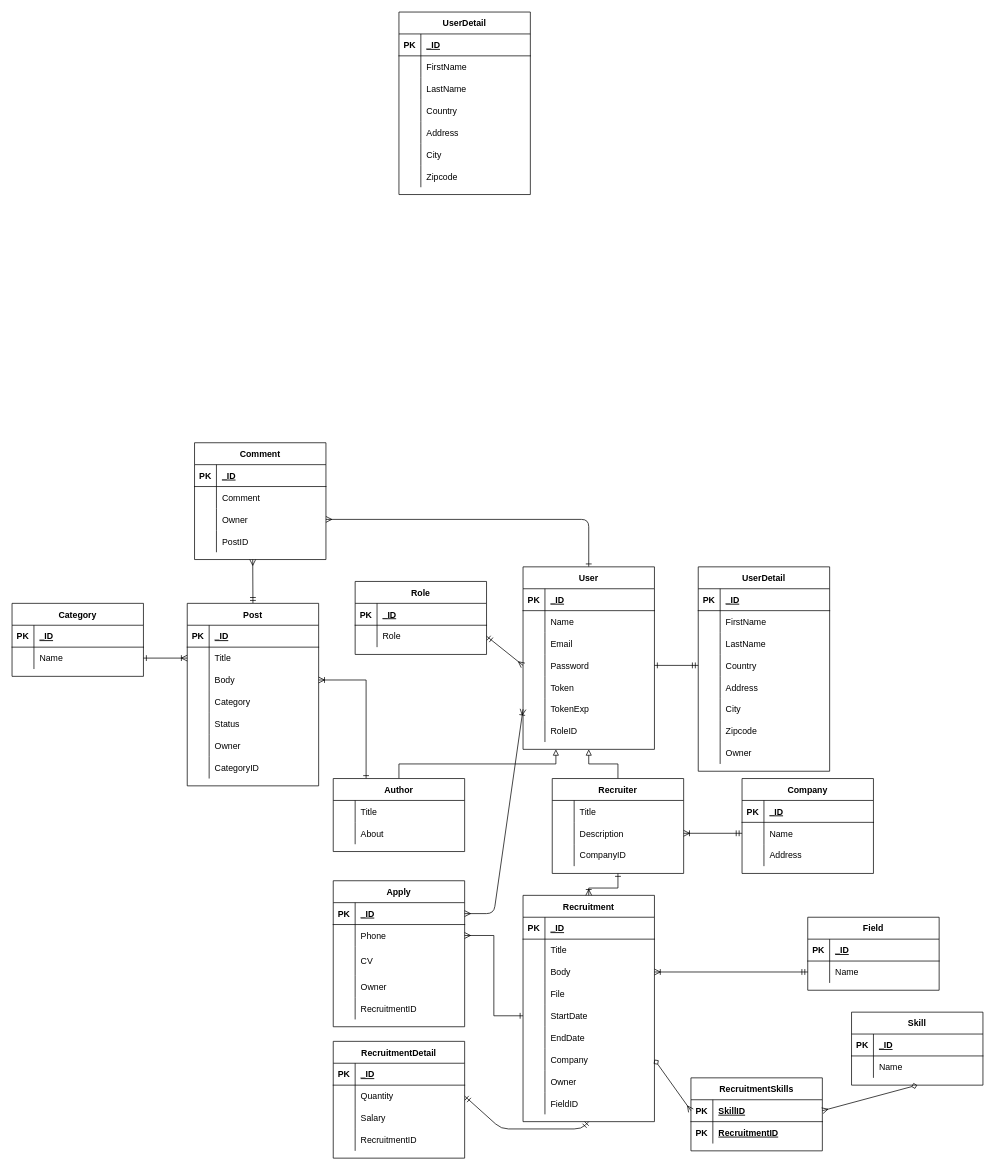
This is page "PDM" (2 of 2) of schema.drawio from GuysKapen/ForumWeb, a draw.io file, before an edit. Source tidied: cells renumbered, new cells numbered last; positions are measured from the earlier drawing's top-left corner, leaving out a move shared by most shapes. Both pictures are drawn from the tidied source at 73%, with x=0, y=0 at pixel (12, 12).
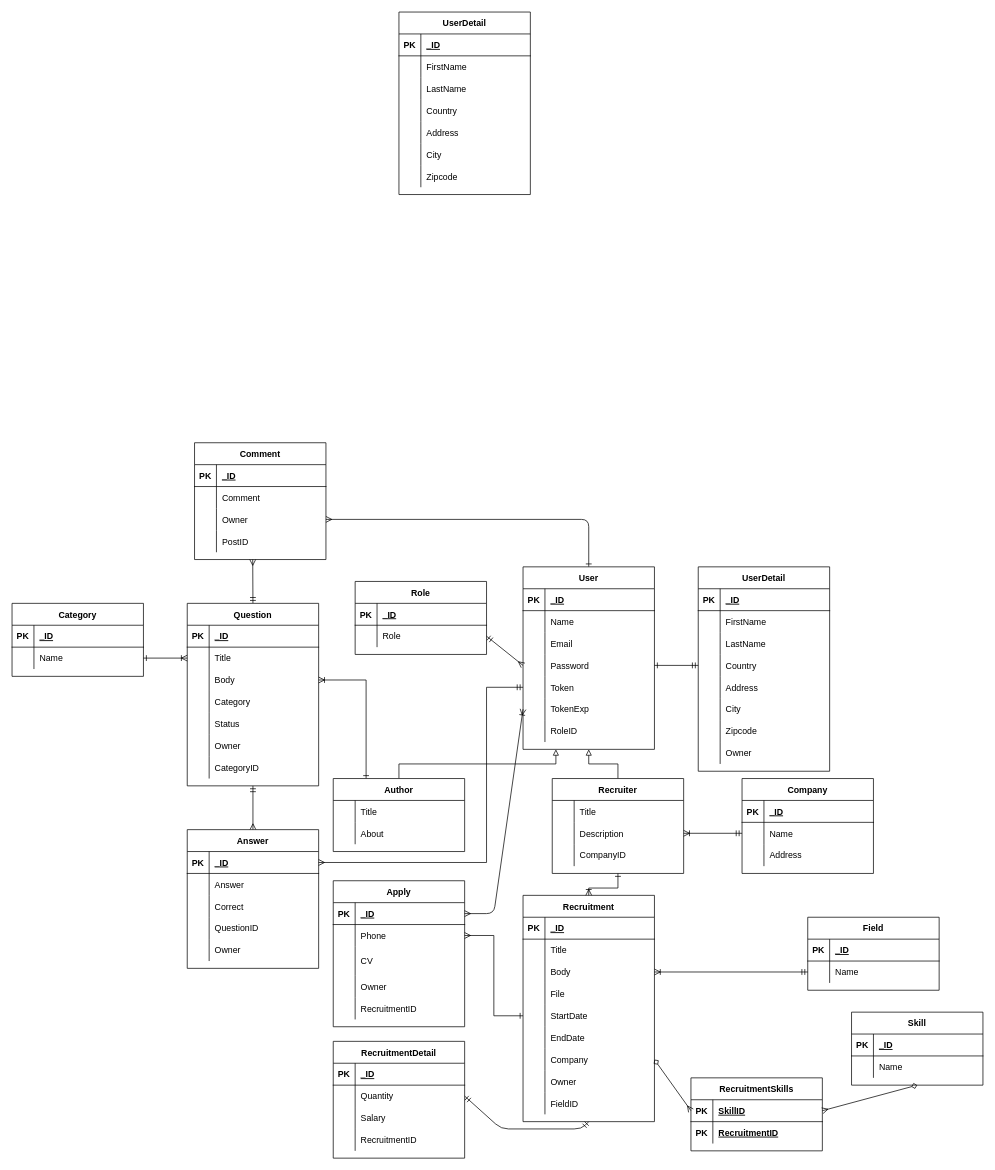
Above is the later version.

Unchanged cells that the change refers to:
```xml
<mxCell id="16" style="shape=partialRectangle;fillColor=none;top=0;left=0;bottom=0;right=0;points=[[0,0.5],[1,0.5]];portConstraint=eastwest;" parent="3" vertex="1">
  <mxGeometry y="150" width="180" height="30" as="geometry" />
</mxCell>
```

Diff of the diagram source:
```diff
@@
+    <mxCell id="244" style="edgeStyle=orthogonalEdgeStyle;rounded=0;jettySize=auto;html=1;exitX=0.5;exitY=1;exitDx=0;exitDy=0;entryX=0.5;entryY=0;entryDx=0;entryDy=0;startArrow=ERmandOne;startFill=0;endArrow=ERmany;endFill=0;" parent="1" edge="1" source="83" target="245">
+      <mxGeometry relative="1" as="geometry" />
+    </mxCell>
-    <mxCell id="83" value="Post" style="shape=table;startSize=30;childLayout=tableLayout;rowLines=0;fontStyle=1;align=center;" parent="1" vertex="1">
+    <mxCell id="83" value="Question" style="shape=table;startSize=30;childLayout=tableLayout;rowLines=0;fontStyle=1;align=center;" parent="1" vertex="1">
       <mxGeometry x="240" y="810" width="180" height="250" as="geometry" />
     </mxCell>
@@
+    <mxCell id="245" value="Answer" style="shape=table;startSize=30;childLayout=tableLayout;rowLines=0;fontStyle=1;align=center;" parent="1" vertex="1">
+      <mxGeometry x="240" y="1120" width="180" height="190" as="geometry" />
+    </mxCell>
+    <mxCell id="246" style="shape=partialRectangle;fillColor=none;top=0;left=0;bottom=1;right=0;points=[[0,0.5],[1,0.5]];portConstraint=eastwest;" parent="245" vertex="1">
+      <mxGeometry y="30" width="180" height="30" as="geometry" />
+    </mxCell>
+    <mxCell id="247" value="PK" style="shape=partialRectangle;fillColor=none;top=0;left=0;bottom=0;right=0;fontStyle=1;overflow=hidden;" parent="246" vertex="1">
+      <mxGeometry width="30" height="30" as="geometry" />
+    </mxCell>
+    <mxCell id="248" value="_ID" style="shape=partialRectangle;fillColor=none;top=0;left=0;bottom=0;right=0;align=left;spacingLeft=6;fontStyle=5;overflow=hidden;" parent="246" vertex="1">
+      <mxGeometry x="30" width="150" height="30" as="geometry" />
+    </mxCell>
+    <mxCell id="249" style="shape=partialRectangle;fillColor=none;top=0;left=0;bottom=0;right=0;" parent="245" vertex="1">
+      <mxGeometry y="60" width="180" height="30" as="geometry" />
+    </mxCell>
+    <mxCell id="250" style="shape=partialRectangle;fillColor=none;top=0;left=0;bottom=0;right=0;overflow=hidden;" parent="249" vertex="1">
+      <mxGeometry width="30" height="30" as="geometry" />
+    </mxCell>
+    <mxCell id="251" value="Answer" style="shape=partialRectangle;fillColor=none;top=0;left=0;bottom=0;right=0;align=left;spacingLeft=6;overflow=hidden;" parent="249" vertex="1">
+      <mxGeometry x="30" width="150" height="30" as="geometry" />
+    </mxCell>
+    <mxCell id="252" style="shape=partialRectangle;fillColor=none;top=0;left=0;bottom=0;right=0;" parent="245" vertex="1">
+      <mxGeometry y="90" width="180" height="30" as="geometry" />
+    </mxCell>
+    <mxCell id="253" style="shape=partialRectangle;fillColor=none;top=0;left=0;bottom=0;right=0;overflow=hidden;" parent="252" vertex="1">
+      <mxGeometry width="30" height="30" as="geometry" />
+    </mxCell>
+    <mxCell id="254" value="Correct" style="shape=partialRectangle;fillColor=none;top=0;left=0;bottom=0;right=0;align=left;spacingLeft=6;overflow=hidden;" parent="252" vertex="1">
+      <mxGeometry x="30" width="150" height="30" as="geometry" />
+    </mxCell>
+    <mxCell id="255" style="shape=partialRectangle;fillColor=none;top=0;left=0;bottom=0;right=0;" parent="245" vertex="1">
+      <mxGeometry y="120" width="180" height="30" as="geometry" />
+    </mxCell>
+    <mxCell id="256" style="shape=partialRectangle;fillColor=none;top=0;left=0;bottom=0;right=0;overflow=hidden;" parent="255" vertex="1">
+      <mxGeometry width="30" height="30" as="geometry" />
+    </mxCell>
+    <mxCell id="257" value="QuestionID" style="shape=partialRectangle;fillColor=none;top=0;left=0;bottom=0;right=0;align=left;spacingLeft=6;overflow=hidden;" parent="255" vertex="1">
+      <mxGeometry x="30" width="150" height="30" as="geometry" />
+    </mxCell>
+    <mxCell id="258" style="shape=partialRectangle;fillColor=none;top=0;left=0;bottom=0;right=0;" parent="245" vertex="1">
+      <mxGeometry y="150" width="180" height="30" as="geometry" />
+    </mxCell>
+    <mxCell id="259" style="shape=partialRectangle;fillColor=none;top=0;left=0;bottom=0;right=0;overflow=hidden;" parent="258" vertex="1">
+      <mxGeometry width="30" height="30" as="geometry" />
+    </mxCell>
+    <mxCell id="260" value="Owner" style="shape=partialRectangle;fillColor=none;top=0;left=0;bottom=0;right=0;align=left;spacingLeft=6;overflow=hidden;" parent="258" vertex="1">
+      <mxGeometry x="30" width="150" height="30" as="geometry" />
+    </mxCell>
+    <mxCell id="261" style="edgeStyle=orthogonalEdgeStyle;rounded=0;jettySize=auto;html=1;exitX=0;exitY=0.5;exitDx=0;exitDy=0;entryX=1;entryY=0.5;entryDx=0;entryDy=0;startArrow=ERmandOne;startFill=0;endArrow=ERmany;endFill=0;" parent="1" edge="1" source="16" target="246">
+      <mxGeometry relative="1" as="geometry">
+        <Array as="points">
+          <mxPoint x="650" y="925" />
+          <mxPoint x="650" y="1165" />
+        </Array>
+      </mxGeometry>
+    </mxCell>
```
